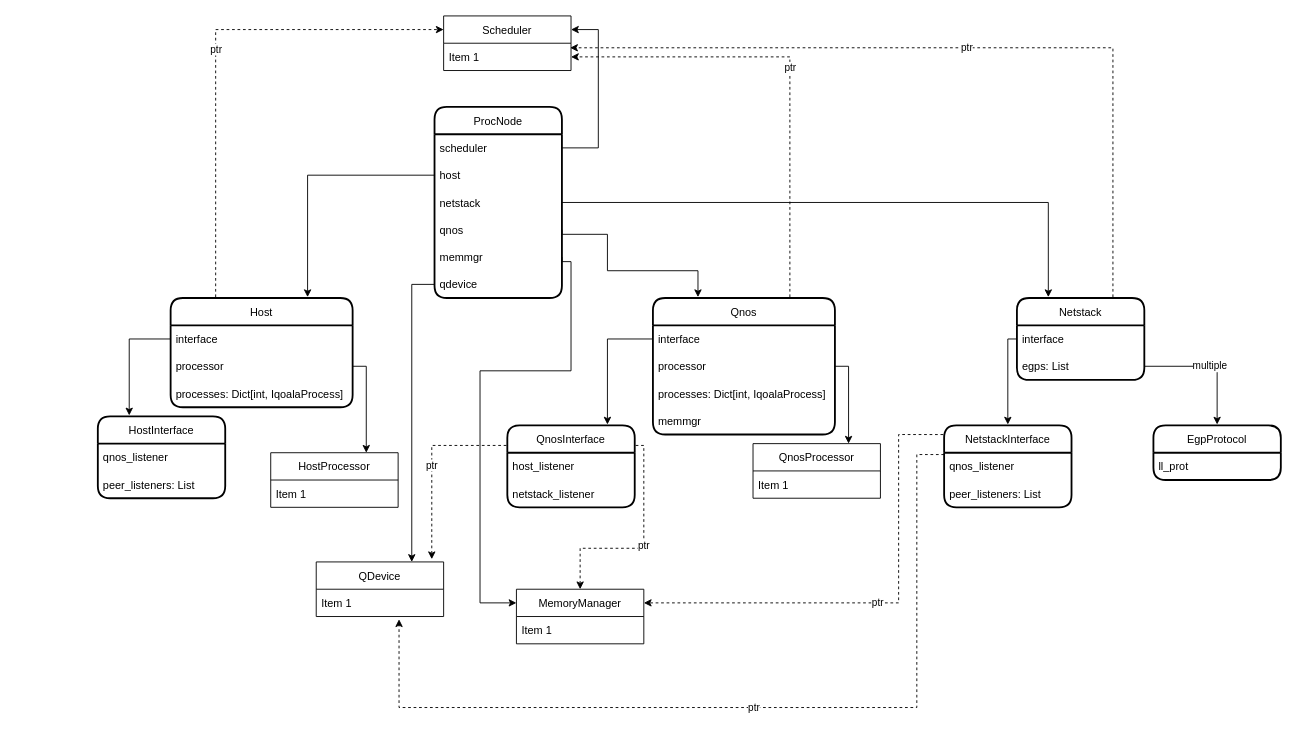
The draw.io diagram qoala/arch/protocols.drawio in QuTech-Delft/qoala-sim, before the edit. Source tidied: cells renumbered, new cells numbered last; positions are measured from the earlier drawing's top-left corner, leaving out a move shared by most shapes. Both pictures are drawn from the tidied source at 91%, with x=0, y=0 at pixel (97, 15).
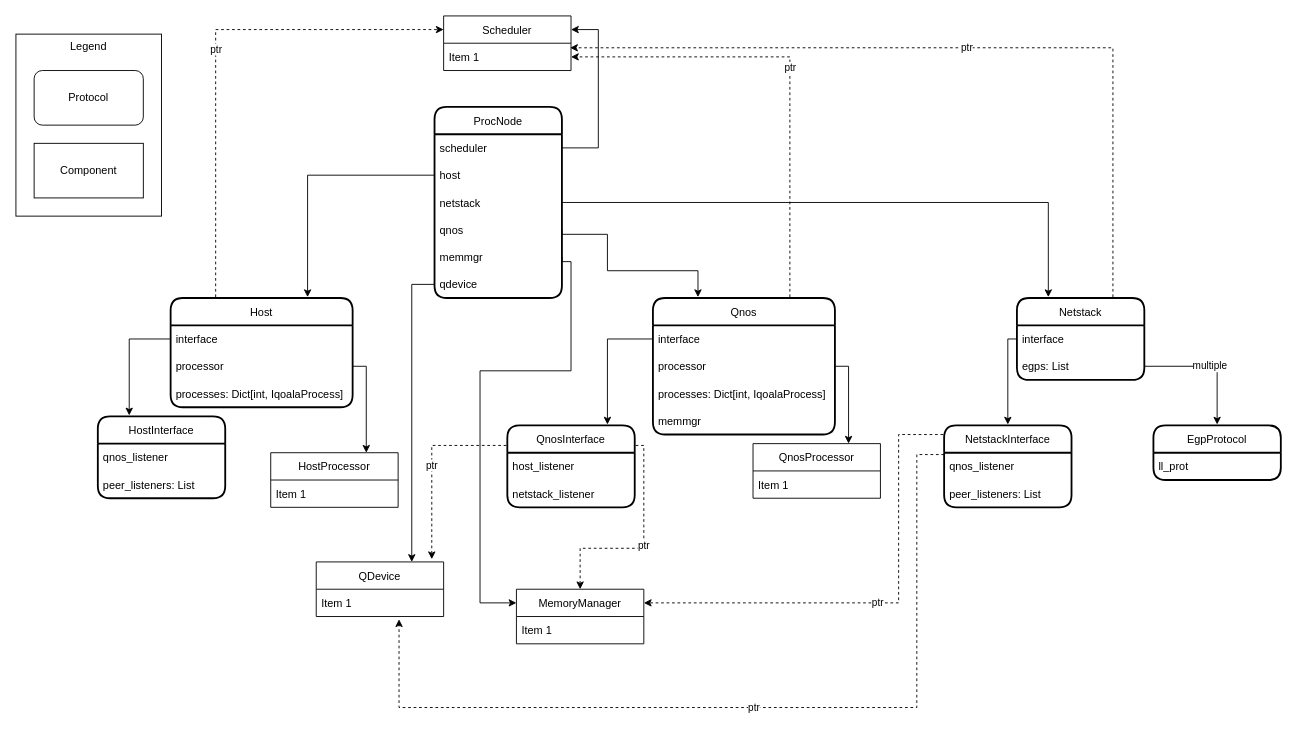
The same page after the edit.

Change to the diagram source:
```diff
@@
+    <mxCell id="61" value="Protocol" style="rounded=1;whiteSpace=wrap;html=1;" parent="1" vertex="1">
+      <mxGeometry x="-70" y="60" width="120" height="60" as="geometry" />
+    </mxCell>
+    <mxCell id="62" value="Component" style="rounded=0;whiteSpace=wrap;html=1;" parent="1" vertex="1">
+      <mxGeometry x="-70" y="140" width="120" height="60" as="geometry" />
+    </mxCell>
+    <mxCell id="63" value="Legend" style="rounded=0;whiteSpace=wrap;html=1;fillColor=none;verticalAlign=top;" parent="1" vertex="1">
+      <mxGeometry x="-90" y="20" width="160" height="200" as="geometry" />
+    </mxCell>
```
